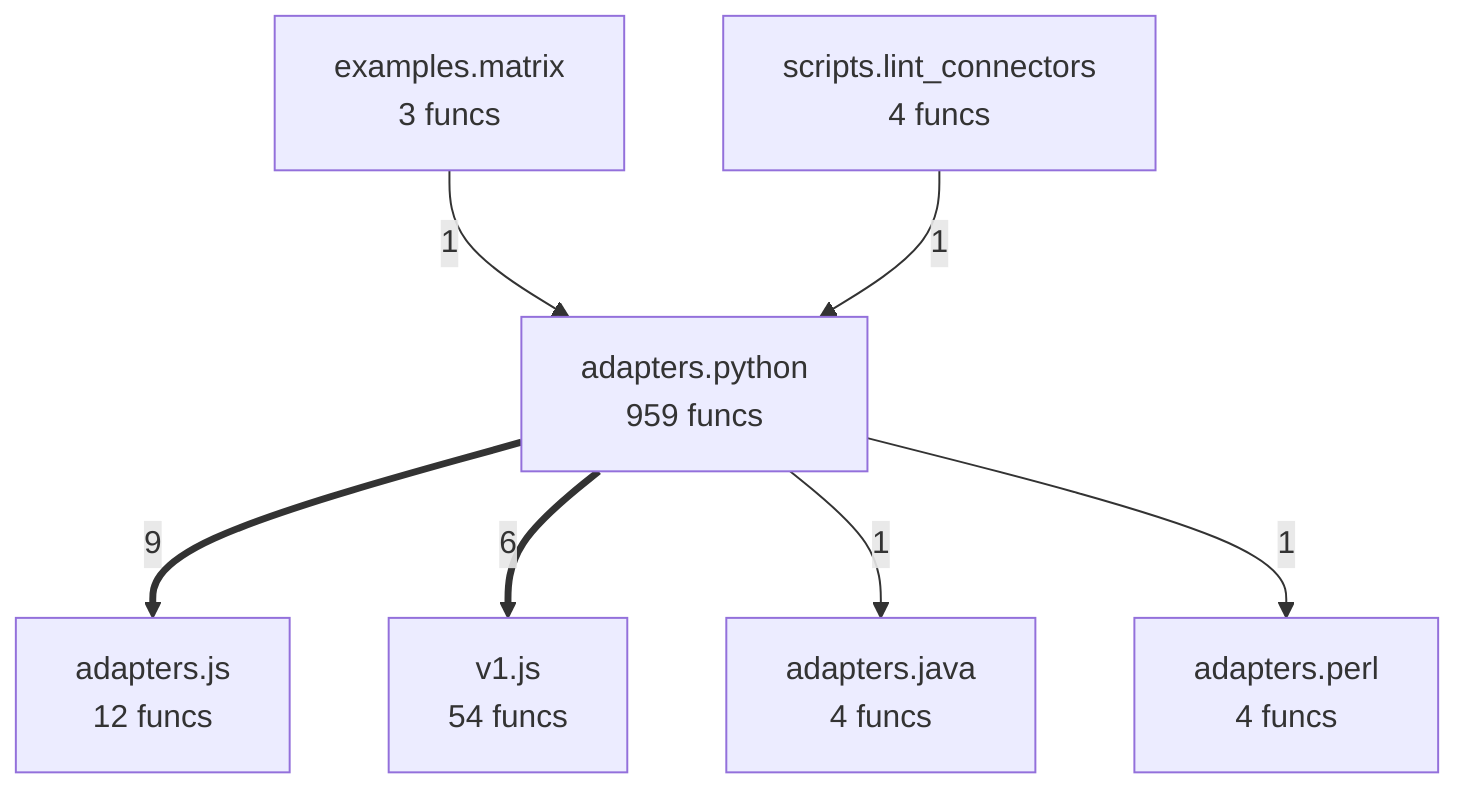
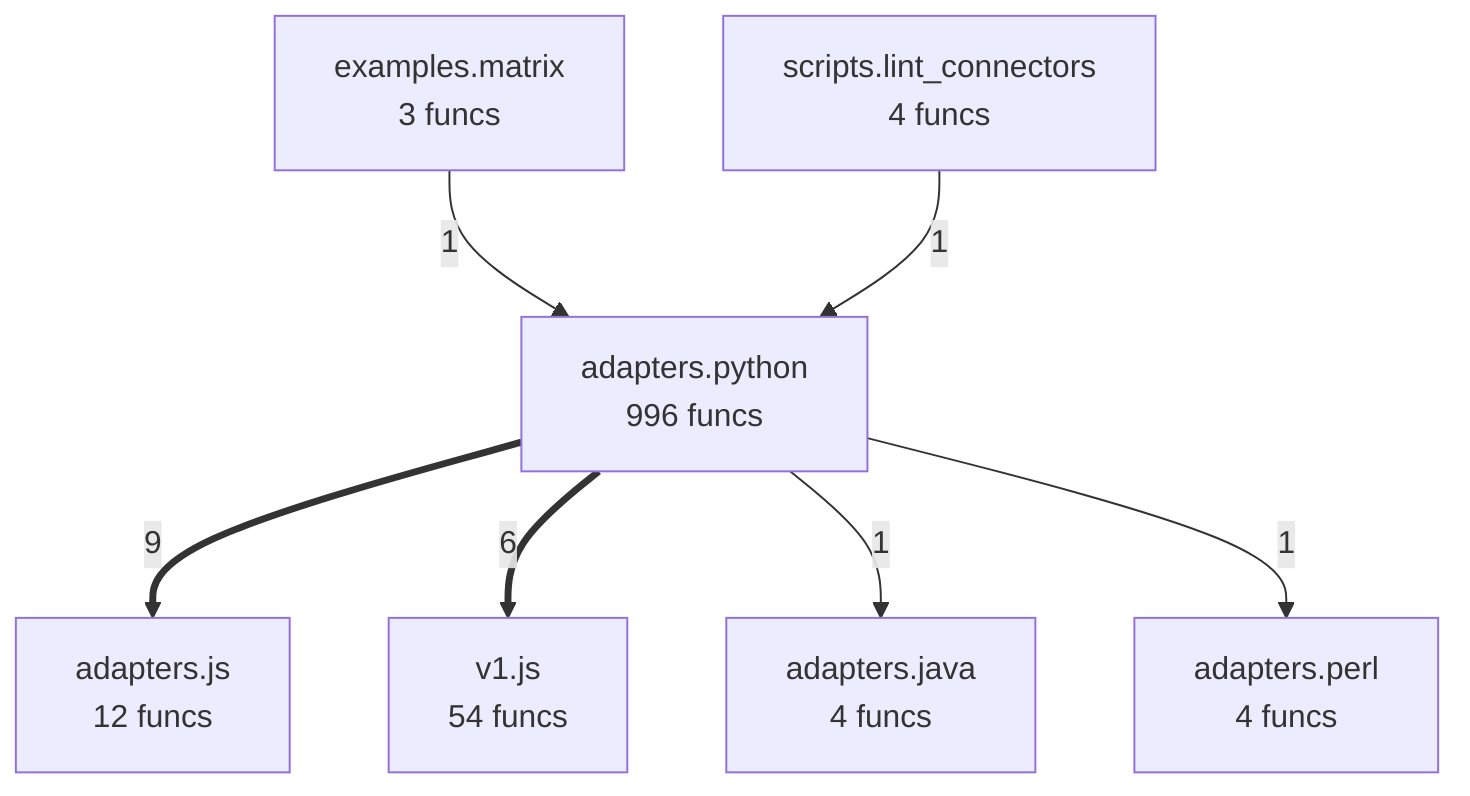
flowchart TD
%% generated in 0.02s
    adapters__java["adapters.java<br/>4 funcs"]
    adapters__js["adapters.js<br/>12 funcs"]
    adapters__perl["adapters.perl<br/>4 funcs"]
-     adapters__python["adapters.python<br/>959 funcs"]
+     adapters__python["adapters.python<br/>996 funcs"]
    examples__matrix["examples.matrix<br/>3 funcs"]
    scripts__lint_connectors["scripts.lint_connectors<br/>4 funcs"]
    v1__js["v1.js<br/>54 funcs"]
    adapters__python ==>|9| adapters__js
    adapters__python ==>|6| v1__js
    examples__matrix -->|1| adapters__python
    scripts__lint_connectors -->|1| adapters__python
    adapters__python -->|1| adapters__java
    adapters__python -->|1| adapters__perl
